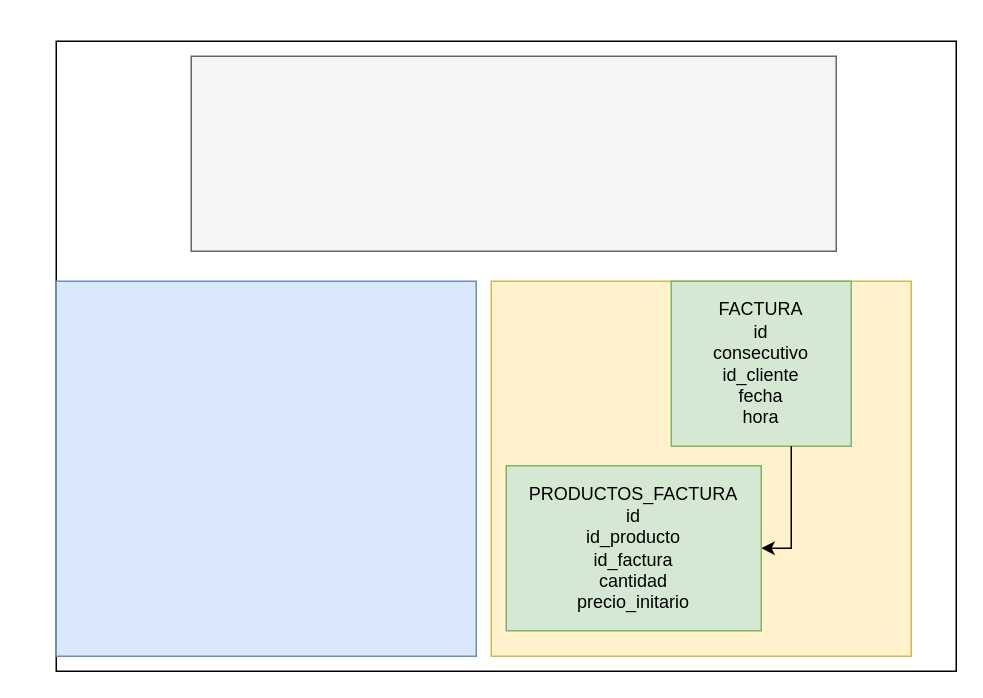
marianoAlvez/e-commerce-ms-productos keeps this draw.io diagram as Untitled Diagram.drawio. Above is the earlier version. Source tidied: cells renumbered, new cells numbered last; positions are measured from the earlier drawing's top-left corner, leaving out a move shared by most shapes. Both pictures are drawn from the tidied source at 150%, with x=0, y=0 at pixel (56, 40).
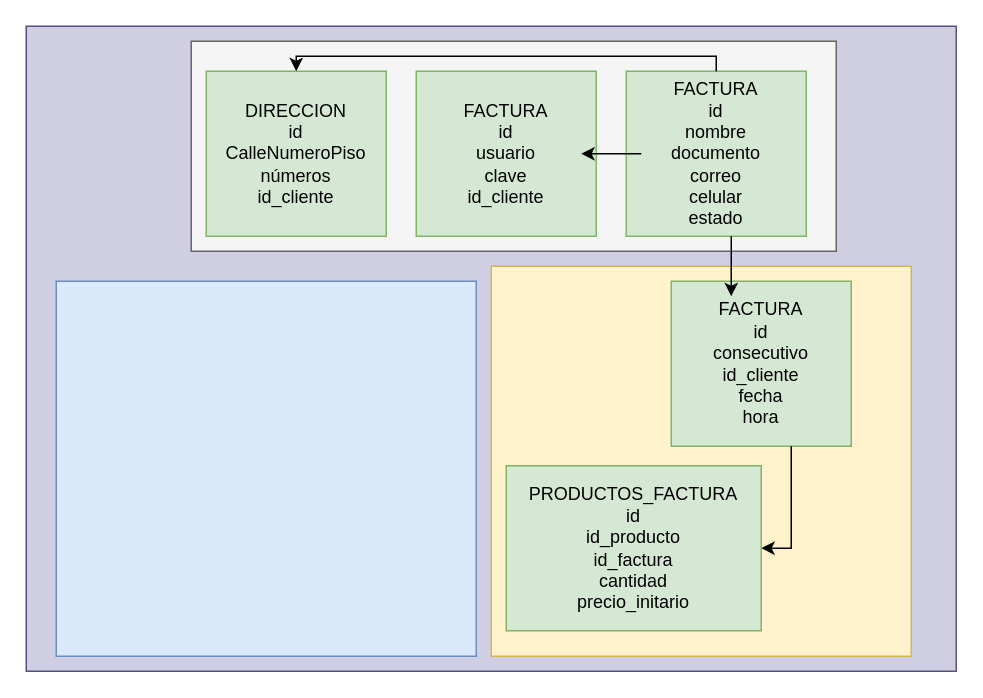
After the change.

Commit message:
Microservicio Facturas para el E-Commerce

Diff of the diagram source:
```diff
@@
-    <mxCell id="2" style="rounded=0;whiteSpace=wrap;html=1;" parent="1" vertex="1">
-      <mxGeometry width="600" height="420" as="geometry" />
+    <mxCell id="2" style="rounded=0;whiteSpace=wrap;html=1;fillColor=#d0cee2;strokeColor=#56517e;" parent="1" vertex="1">
+      <mxGeometry x="-20" y="-10" width="620" height="430" as="geometry" />
     </mxCell>
     <mxCell id="3" style="rounded=0;whiteSpace=wrap;html=1;fillColor=#f5f5f5;strokeColor=#666666;fontColor=#333333;" parent="1" vertex="1">
-      <mxGeometry x="90" y="10" width="430" height="130" as="geometry" />
+      <mxGeometry x="90" width="430" height="140" as="geometry" />
     </mxCell>
@@
     <mxCell id="5" style="rounded=0;whiteSpace=wrap;html=1;fillColor=#fff2cc;strokeColor=#d6b656;" parent="1" vertex="1">
-      <mxGeometry x="290" y="160" width="280" height="250" as="geometry" />
+      <mxGeometry x="290" y="150" width="280" height="260" as="geometry" />
     </mxCell>
@@
+    <mxCell id="11" style="rounded=0;whiteSpace=wrap;html=1;fillColor=#d5e8d4;strokeColor=#82b366;" parent="1" vertex="1">
+      <mxGeometry x="100" y="20" width="120" height="110" as="geometry" />
+    </mxCell>
+    <mxCell id="12" value="DIRECCION&lt;br&gt;id&lt;br&gt;CalleNumeroPiso&lt;br&gt;números&lt;br&gt;id_cliente" style="text;html=1;strokeColor=none;fillColor=none;align=center;verticalAlign=middle;whiteSpace=wrap;rounded=0;" parent="1" vertex="1">
+      <mxGeometry x="110" y="30" width="100" height="90" as="geometry" />
+    </mxCell>
+    <mxCell id="13" style="rounded=0;whiteSpace=wrap;html=1;fillColor=#d5e8d4;strokeColor=#82b366;" parent="1" vertex="1">
+      <mxGeometry x="240" y="20" width="120" height="110" as="geometry" />
+    </mxCell>
+    <mxCell id="14" value="FACTURA&lt;br&gt;id&lt;br&gt;usuario&lt;br&gt;clave&lt;br&gt;id_cliente" style="text;html=1;strokeColor=none;fillColor=none;align=center;verticalAlign=middle;whiteSpace=wrap;rounded=0;" parent="1" vertex="1">
+      <mxGeometry x="250" y="30" width="100" height="90" as="geometry" />
+    </mxCell>
+    <mxCell id="15" style="rounded=0;whiteSpace=wrap;html=1;fillColor=#d5e8d4;strokeColor=#82b366;" parent="1" vertex="1">
+      <mxGeometry x="380" y="20" width="120" height="110" as="geometry" />
+    </mxCell>
+    <mxCell id="16" style="edgeStyle=orthogonalEdgeStyle;rounded=0;jettySize=auto;html=1;" parent="1" edge="1" source="19" target="14">
+      <mxGeometry relative="1" as="geometry" />
+    </mxCell>
+    <mxCell id="17" style="edgeStyle=orthogonalEdgeStyle;rounded=0;orthogonalLoop=1;jettySize=auto;html=1;" parent="1" edge="1">
+      <mxGeometry relative="1" as="geometry">
+        <mxPoint x="450" y="130" as="sourcePoint" />
+        <mxPoint x="450" y="170" as="targetPoint" />
+        <Array as="points">
+          <mxPoint x="450" y="130" />
+          <mxPoint x="450" y="170" />
+        </Array>
+      </mxGeometry>
+    </mxCell>
+    <mxCell id="18" style="edgeStyle=orthogonalEdgeStyle;rounded=0;jettySize=auto;html=1;" parent="1" edge="1" target="11">
+      <mxGeometry relative="1" as="geometry">
+        <mxPoint x="440" y="20" as="sourcePoint" />
+        <Array as="points">
+          <mxPoint x="440" y="10" />
+          <mxPoint x="160" y="10" />
+        </Array>
+      </mxGeometry>
+    </mxCell>
+    <mxCell id="19" value="FACTURA&lt;br&gt;id&lt;br&gt;nombre&lt;br&gt;documento&lt;br&gt;correo&lt;br&gt;celular&lt;br&gt;estado" style="text;html=1;strokeColor=none;fillColor=none;align=center;verticalAlign=middle;whiteSpace=wrap;rounded=0;" parent="1" vertex="1">
+      <mxGeometry x="390" y="30" width="100" height="90" as="geometry" />
+    </mxCell>
```
